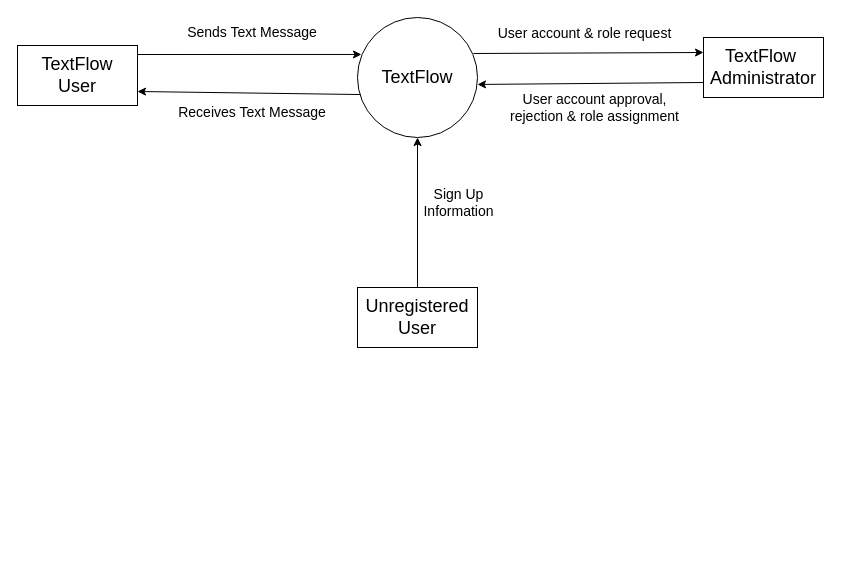
Before: TextFlow-dfd-0.drawio in jonamadk/DrawIO, a draw.io diagram. Source tidied: cells renumbered, new cells numbered last; positions are measured from the earlier drawing's top-left corner, leaving out a move shared by most shapes. Both pictures are drawn from the tidied source at 100%, with x=0, y=0 at pixel (17, 17).
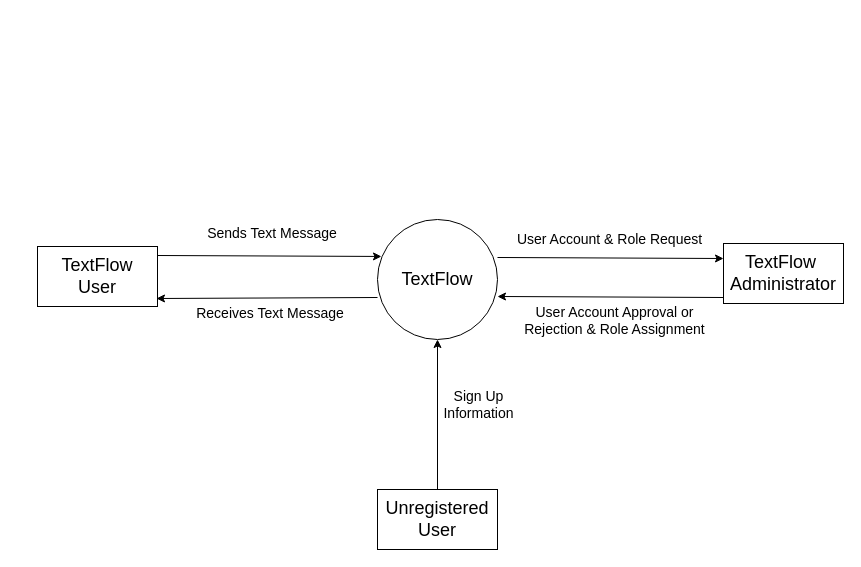
After the change.

Change to the diagram source:
```diff
@@
+    <mxCell id="17" style="group;" parent="1" vertex="1">
+      <mxGeometry x="20" y="201" width="806" height="330" as="geometry" />
+    </mxCell>
+    <mxCell id="18" style="group;fontStyle=0;" parent="17" vertex="1">
+      <mxGeometry width="806" height="330" as="geometry" />
+    </mxCell>
-    <mxCell id="2" style="group;" parent="1" vertex="1">
-      <mxGeometry x="340" width="466" height="330" as="geometry" />
+    <mxCell id="2" style="group;fontStyle=0;" parent="18" vertex="1">
+      <mxGeometry x="340" y="1" width="466" height="330" as="geometry" />
     </mxCell>
-    <mxCell id="3" value="&lt;font style=&quot;font-size: 18px;&quot;&gt;TextFlow&lt;/font&gt;" style="ellipse;whiteSpace=wrap;html=1;" parent="2" vertex="1">
+    <mxCell id="3" value="&lt;font style=&quot;font-size: 18px;&quot;&gt;TextFlow&lt;/font&gt;" style="ellipse;whiteSpace=wrap;html=1;fontStyle=0;" parent="2" vertex="1">
       <mxGeometry width="120" height="120" as="geometry" />
     </mxCell>
-    <mxCell id="4" value="&lt;font style=&quot;font-size: 18px;&quot;&gt;Unregistered &lt;br&gt;User&lt;/font&gt;" style="rounded=0;whiteSpace=wrap;html=1;" parent="2" vertex="1">
+    <mxCell id="4" value="&lt;font style=&quot;font-size: 18px;&quot;&gt;Unregistered &lt;br&gt;User&lt;/font&gt;" style="rounded=0;whiteSpace=wrap;html=1;fontStyle=0;" parent="2" vertex="1">
       <mxGeometry y="270" width="120" height="60" as="geometry" />
     </mxCell>
-    <mxCell id="5" style="endArrow=classic;html=1;rounded=0;entryX=0.5;entryY=1;entryDx=0;entryDy=0;exitX=0.5;exitY=0;exitDx=0;exitDy=0;" parent="2" edge="1" source="4" target="3">
+    <mxCell id="5" style="endArrow=classic;html=1;rounded=0;entryX=0.5;entryY=1;entryDx=0;entryDy=0;exitX=0.5;exitY=0;exitDx=0;exitDy=0;fontStyle=0;" parent="2" edge="1" source="4" target="3">
       <mxGeometry relative="1" as="geometry" />
     </mxCell>
-    <mxCell id="6" value="&lt;font style=&quot;font-size: 14px;&quot;&gt;Sign Up &lt;br&gt;Information&lt;/font&gt;" style="text;html=1;align=center;verticalAlign=middle;strokeColor=none;fillColor=none;" parent="2" vertex="1">
+    <mxCell id="6" value="&lt;font style=&quot;font-size: 14px;&quot;&gt;Sign Up &lt;br&gt;Information&lt;/font&gt;" style="text;html=1;align=center;verticalAlign=middle;strokeColor=none;fillColor=none;fontStyle=0;" parent="2" vertex="1">
       <mxGeometry x="56" y="160" width="90" height="50" as="geometry" />
     </mxCell>
-    <mxCell id="7" value="&lt;font style=&quot;font-size: 18px;&quot;&gt;TextFlow&amp;nbsp;&lt;br&gt;Administrator&lt;/font&gt;" style="rounded=0;whiteSpace=wrap;html=1;" parent="2" vertex="1">
-      <mxGeometry x="346" y="20" width="120" height="60" as="geometry" />
+    <mxCell id="7" value="&lt;font style=&quot;font-size: 18px;&quot;&gt;TextFlow&amp;nbsp;&lt;br&gt;Administrator&lt;/font&gt;" style="rounded=0;whiteSpace=wrap;html=1;fontStyle=0;" parent="2" vertex="1">
+      <mxGeometry x="346" y="24" width="120" height="60" as="geometry" />
     </mxCell>
-    <mxCell id="8" style="endArrow=classic;html=1;rounded=0;entryX=0;entryY=0.25;entryDx=0;entryDy=0;exitX=0.967;exitY=0.3;exitDx=0;exitDy=0;exitPerimeter=0;" parent="2" edge="1" source="3" target="7">
-      <mxGeometry relative="1" as="geometry" />
-    </mxCell>
-    <mxCell id="9" value="&lt;span style=&quot;font-size: 14px;&quot;&gt;User account &amp;amp; role request&lt;/span&gt;" style="text;html=1;align=center;verticalAlign=middle;strokeColor=none;fillColor=none;" parent="2" vertex="1">
-      <mxGeometry x="127" y="1" width="200" height="30" as="geometry" />
+    <mxCell id="9" value="&lt;span style=&quot;font-size: 14px;&quot;&gt;User Account &amp;amp; Role Request&lt;/span&gt;" style="text;html=1;align=center;verticalAlign=middle;strokeColor=none;fillColor=none;fontStyle=0;" parent="2" vertex="1">
+      <mxGeometry x="127" y="5" width="210" height="30" as="geometry" />
     </mxCell>
-    <mxCell id="10" style="endArrow=classic;html=1;rounded=0;exitX=0;exitY=0.75;exitDx=0;exitDy=0;entryX=1;entryY=0.558;entryDx=0;entryDy=0;entryPerimeter=0;" parent="2" edge="1" source="7" target="3">
-      <mxGeometry relative="1" as="geometry" />
+    <mxCell id="10" style="endArrow=classic;html=1;rounded=0;fontStyle=0;exitX=0;exitY=0.9;exitDx=0;exitDy=0;exitPerimeter=0;" parent="2" edge="1" source="7">
+      <mxGeometry relative="1" as="geometry">
+        <mxPoint x="120" y="77" as="targetPoint" />
+      </mxGeometry>
     </mxCell>
-    <mxCell id="11" value="&lt;font style=&quot;font-size: 14px;&quot;&gt;User account approval, rejection &amp;amp; role assignment&lt;/font&gt;" style="text;html=1;strokeColor=none;fillColor=none;align=center;verticalAlign=middle;whiteSpace=wrap;rounded=0;" parent="2" vertex="1">
-      <mxGeometry x="145" y="75" width="185" height="30" as="geometry" />
+    <mxCell id="11" value="&lt;font style=&quot;font-size: 14px;&quot;&gt;User Account Approval or Rejection &amp;amp; Role Assignment&lt;/font&gt;" style="text;html=1;strokeColor=none;fillColor=none;align=center;verticalAlign=middle;whiteSpace=wrap;rounded=0;fontStyle=0;" parent="2" vertex="1">
+      <mxGeometry x="145" y="86" width="185" height="30" as="geometry" />
     </mxCell>
-    <mxCell id="12" value="&lt;font style=&quot;font-size: 18px;&quot;&gt;TextFlow &lt;br&gt;User&lt;/font&gt;" style="rounded=0;whiteSpace=wrap;html=1;" parent="1" vertex="1">
+    <mxCell id="12" value="&lt;font style=&quot;font-size: 18px;&quot;&gt;TextFlow &lt;br&gt;User&lt;/font&gt;" style="rounded=0;whiteSpace=wrap;html=1;fontStyle=0;" parent="18" vertex="1">
       <mxGeometry y="28" width="120" height="60" as="geometry" />
     </mxCell>
-    <mxCell id="13" style="endArrow=classic;html=1;rounded=0;entryX=0.033;entryY=0.308;entryDx=0;entryDy=0;entryPerimeter=0;" parent="1" edge="1" target="3">
+    <mxCell id="13" style="endArrow=classic;html=1;rounded=0;entryX=0.033;entryY=0.308;entryDx=0;entryDy=0;entryPerimeter=0;fontStyle=0;" parent="18" edge="1" target="3">
       <mxGeometry relative="1" as="geometry">
         <mxPoint x="120" y="37" as="sourcePoint" />
       </mxGeometry>
     </mxCell>
-    <mxCell id="14" value="&lt;font style=&quot;font-size: 14px;&quot;&gt;Sends Text Message&lt;/font&gt;" style="text;html=1;strokeColor=none;fillColor=none;align=center;verticalAlign=middle;whiteSpace=wrap;rounded=0;" parent="1" vertex="1">
+    <mxCell id="14" value="&lt;font style=&quot;font-size: 14px;&quot;&gt;Sends Text Message&lt;/font&gt;" style="text;html=1;strokeColor=none;fillColor=none;align=center;verticalAlign=middle;whiteSpace=wrap;rounded=0;fontStyle=0;" parent="18" vertex="1">
       <mxGeometry x="160" width="150" height="30" as="geometry" />
     </mxCell>
-    <mxCell id="15" value="&lt;font style=&quot;font-size: 14px;&quot;&gt;Receives Text Message&lt;/font&gt;" style="text;html=1;strokeColor=none;fillColor=none;align=center;verticalAlign=middle;whiteSpace=wrap;rounded=0;" parent="1" vertex="1">
-      <mxGeometry x="160" y="80" width="150" height="30" as="geometry" />
+    <mxCell id="15" value="&lt;font style=&quot;font-size: 14px;&quot;&gt;Receives Text Message&lt;/font&gt;" style="text;html=1;strokeColor=none;fillColor=none;align=center;verticalAlign=middle;whiteSpace=wrap;rounded=0;fontStyle=0;" parent="18" vertex="1">
+      <mxGeometry x="158" y="80" width="150" height="30" as="geometry" />
     </mxCell>
-    <mxCell id="16" style="endArrow=classic;html=1;rounded=0;entryX=1;entryY=0.75;entryDx=0;entryDy=0;exitX=0.025;exitY=0.642;exitDx=0;exitDy=0;exitPerimeter=0;" parent="1" edge="1" source="3">
-      <mxGeometry relative="1" as="geometry">
-        <mxPoint x="120" y="74" as="targetPoint" />
-      </mxGeometry>
-    </mxCell>
+    <mxCell id="19" style="endArrow=classic;html=1;rounded=0;fontStyle=0;" parent="18" edge="1">
+      <mxGeometry relative="1" as="geometry">
+        <mxPoint x="340" y="79" as="sourcePoint" />
+        <mxPoint x="119" y="80" as="targetPoint" />
+      </mxGeometry>
+    </mxCell>
+    <mxCell id="20" style="endArrow=classic;html=1;rounded=0;entryX=0;entryY=0.25;entryDx=0;entryDy=0;" parent="17" edge="1" target="7">
+      <mxGeometry relative="1" as="geometry">
+        <mxPoint x="460" y="39" as="sourcePoint" />
+      </mxGeometry>
+    </mxCell>
```
